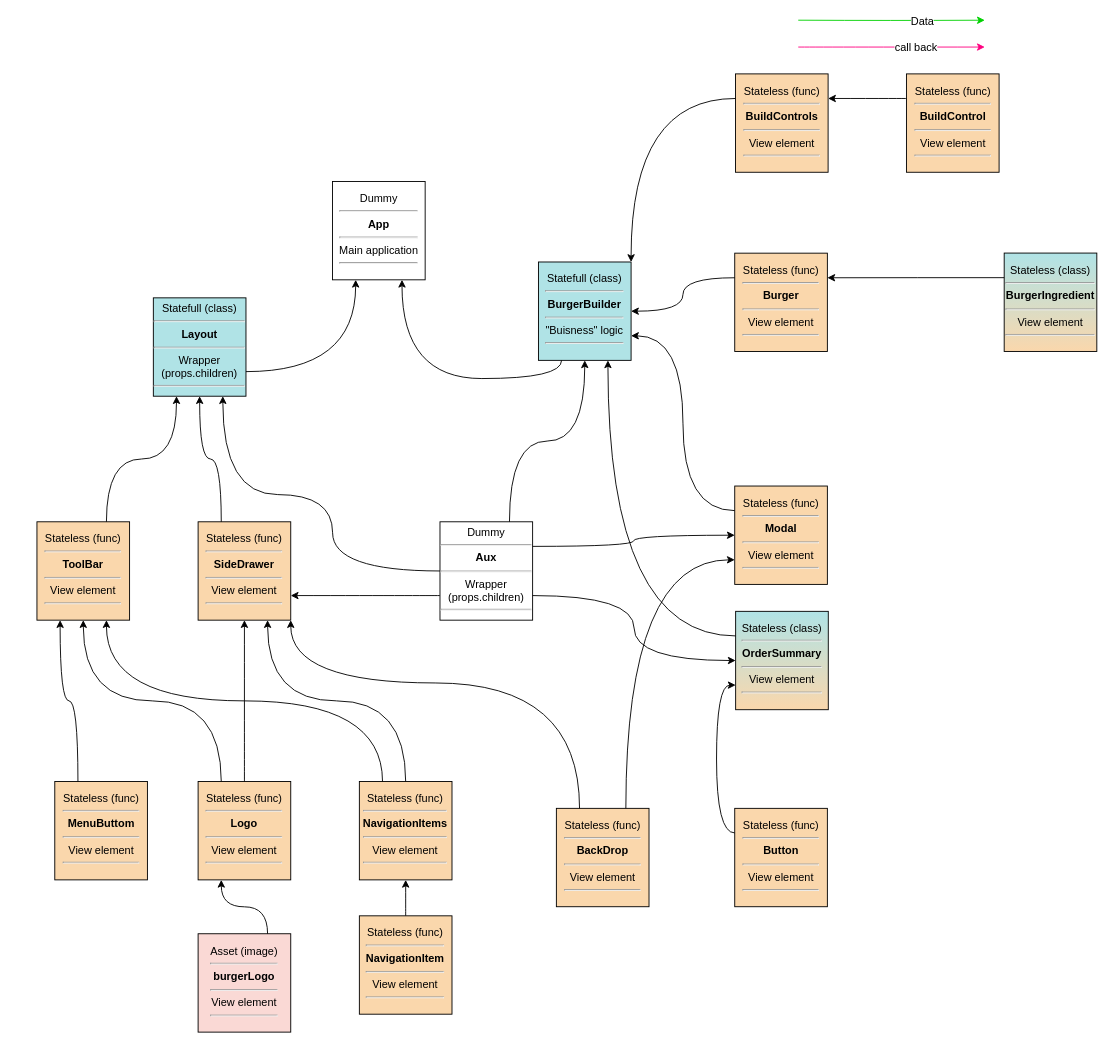
Before: page "Application stracture" (5 of 5) of burger-builder.drawio in Sergey190309/burger-builder, a draw.io diagram. Source tidied: cells renumbered, new cells numbered last; positions are measured from the earlier drawing's top-left corner, leaving out a move shared by most shapes. Both pictures are drawn from the tidied source at 91%, with x=0, y=0 at pixel (36, 20).
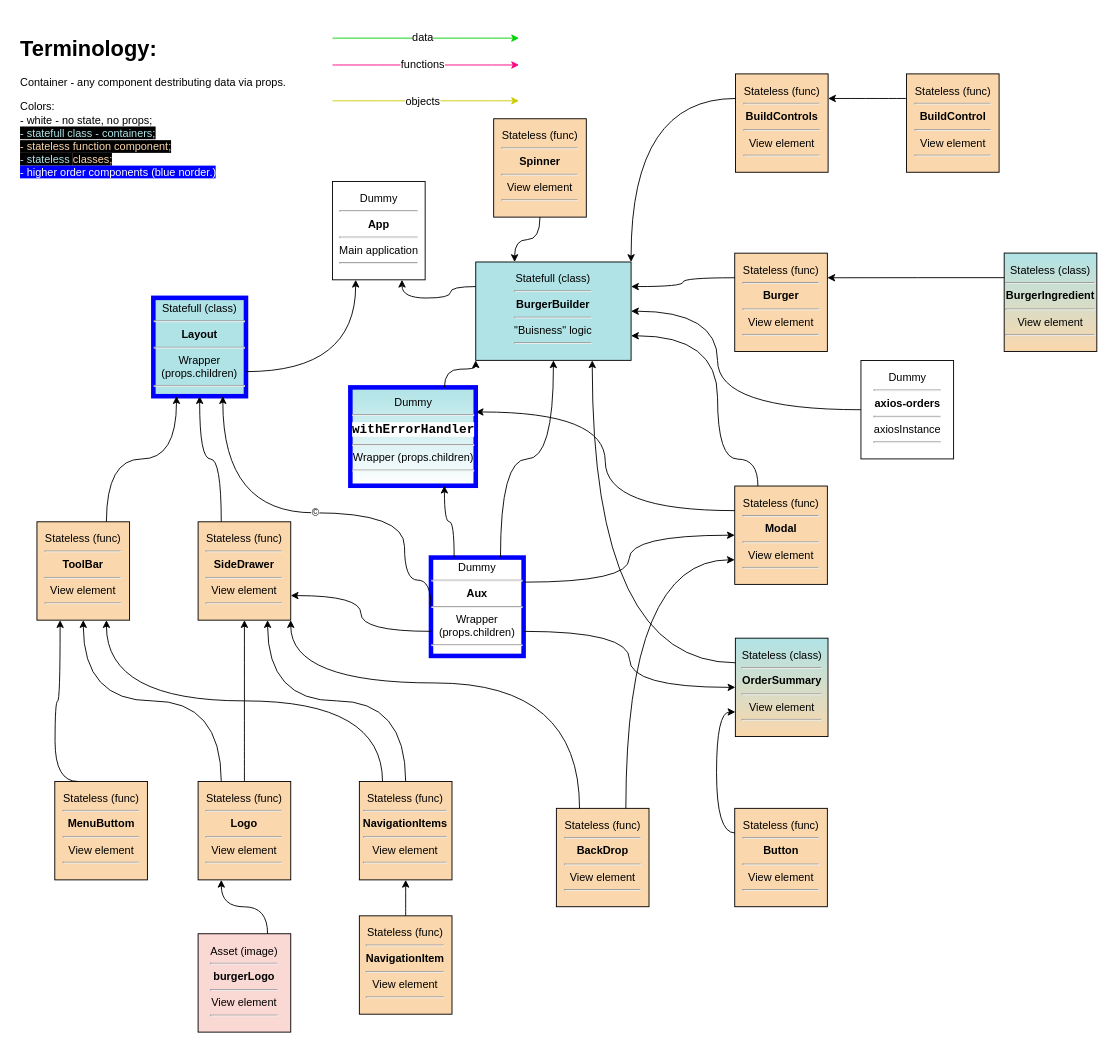
The same page after the edit.

Commit message (it also covers changes not shown here):
data exchange with firestore

The change refers to these unchanged cells:
```xml
<mxCell id="6" value="Dummy&lt;br&gt;&lt;hr&gt;&lt;b&gt;App&lt;/b&gt;&lt;br&gt;&lt;hr&gt;Main application&lt;br&gt;&lt;hr&gt;" style="rounded=0;whiteSpace=wrap;html=1;fillColor=none;strokeColor=#000000;arcSize=0;glass=0;comic=0;shadow=0;" parent="1" vertex="1">
  <mxGeometry x="324.9" y="176.9" width="101.8" height="108.1" as="geometry" />
</mxCell>
<mxCell id="8" value="Stateless (func)&lt;br&gt;&lt;hr&gt;&lt;b&gt;ToolBar&lt;/b&gt;&lt;br&gt;&lt;hr&gt;View element&lt;br&gt;&lt;hr&gt;" style="rounded=0;whiteSpace=wrap;html=1;fillColor=#fad7ac;strokeColor=#000000;arcSize=0;glass=0;comic=0;shadow=0;" parent="1" vertex="1">
  <mxGeometry x="0.1" y="550.9" width="101.8" height="108.1" as="geometry" />
</mxCell>
<mxCell id="15" value="Stateless (func)&lt;br&gt;&lt;hr&gt;&lt;b&gt;Burger&lt;/b&gt;&lt;br&gt;&lt;hr&gt;View element&lt;br&gt;&lt;hr&gt;" style="rounded=0;whiteSpace=wrap;html=1;fillColor=#fad7ac;strokeColor=#000000;arcSize=0;glass=0;comic=0;shadow=0;" parent="1" vertex="1">
  <mxGeometry x="766.9" y="255.7" width="101.8" height="108.1" as="geometry" />
</mxCell>
<mxCell id="17" value="Stateless (func)&lt;br&gt;&lt;hr&gt;&lt;b&gt;Modal&lt;/b&gt;&lt;br&gt;&lt;hr&gt;View element&lt;br&gt;&lt;hr&gt;" style="rounded=0;whiteSpace=wrap;html=1;fillColor=#fad7ac;strokeColor=#000000;arcSize=0;glass=0;comic=0;shadow=0;" parent="1" vertex="1">
  <mxGeometry x="766.9" y="511.6" width="101.8" height="108.1" as="geometry" />
</mxCell>
<mxCell id="26" value="Stateless (func)&lt;br&gt;&lt;hr&gt;&lt;b&gt;MenuButtom&lt;/b&gt;&lt;br&gt;&lt;hr&gt;View element&lt;br&gt;&lt;hr&gt;" style="rounded=0;whiteSpace=wrap;html=1;fillColor=#fad7ac;strokeColor=#000000;arcSize=0;glass=0;comic=0;shadow=0;" parent="1" vertex="1">
  <mxGeometry x="19.7" y="836.3" width="101.8" height="108.1" as="geometry" />
</mxCell>
```

Change to the diagram source:
```diff
@@
+    <mxCell id="55" parent="0" />
+    <mxCell id="56" value="&lt;h1&gt;Terminology:&lt;/h1&gt;&lt;p&gt;Container - any component destributing data via props.&lt;/p&gt;&lt;p&gt;Colors:&lt;br&gt;- white - no state, no props;&lt;br&gt;&lt;font color=&quot;#b0e3e6&quot; style=&quot;background-color: rgb(0 , 0 , 0)&quot;&gt;- statefull class - containers;&lt;/font&gt;&lt;br&gt;&lt;font color=&quot;#fad7ac&quot; style=&quot;background-color: rgb(0 , 0 , 0)&quot;&gt;- stateless function component;&lt;/font&gt;&lt;br&gt;&lt;font color=&quot;#b0e3e6&quot; style=&quot;background-color: rgb(0 , 0 , 0)&quot;&gt;- stateless&amp;nbsp;&lt;/font&gt;&lt;font color=&quot;#fad7ac&quot; style=&quot;background-color: rgb(0 , 0 , 0)&quot;&gt;classes;&lt;/font&gt;&lt;br&gt;&lt;font color=&quot;#ffffff&quot; style=&quot;background-color: rgb(0 , 0 , 255)&quot;&gt;- higher order components (blue norder.)&lt;/font&gt;&lt;/p&gt;" style="text;html=1;strokeColor=none;fillColor=none;spacing=5;spacingTop=-20;whiteSpace=wrap;overflow=hidden;rounded=0;" parent="55" vertex="1">
+      <mxGeometry x="-23.4" y="10.5" width="339.4" height="177.2" as="geometry" />
+    </mxCell>
+    <mxCell id="22" style="edgeStyle=orthogonalEdgeStyle;curved=1;rounded=0;orthogonalLoop=1;jettySize=auto;html=1;strokeColor=#00D100;" parent="55" edge="1">
+      <mxGeometry relative="1" as="geometry">
+        <mxPoint x="324.9" y="19.4" as="sourcePoint" />
+        <mxPoint x="529.9" y="19.4" as="targetPoint" />
+      </mxGeometry>
+    </mxCell>
+    <mxCell id="23" value="data" style="text;html=1;align=center;verticalAlign=middle;labelBackgroundColor=#ffffff;rotation=0;" parent="22" vertex="1">
+      <mxGeometry x="0.33" y="-1" relative="1" as="geometry">
+        <mxPoint x="-37.6" y="-2" as="offset" />
+      </mxGeometry>
+    </mxCell>
+    <mxCell id="24" style="edgeStyle=orthogonalEdgeStyle;curved=1;rounded=0;orthogonalLoop=1;jettySize=auto;html=1;strokeColor=#FF0080;" parent="55" edge="1">
+      <mxGeometry relative="1" as="geometry">
+        <mxPoint x="324.9" y="48.9" as="sourcePoint" />
+        <mxPoint x="529.9" y="48.9" as="targetPoint" />
+      </mxGeometry>
+    </mxCell>
+    <mxCell id="25" value="functions" style="text;html=1;align=center;verticalAlign=middle;labelBackgroundColor=#ffffff;rotation=0;" parent="24" vertex="1">
+      <mxGeometry x="0.26" relative="1" as="geometry">
+        <mxPoint x="-30.1" as="offset" />
+      </mxGeometry>
+    </mxCell>
+    <mxCell id="57" style="edgeStyle=orthogonalEdgeStyle;curved=1;rounded=0;orthogonalLoop=1;jettySize=auto;html=1;strokeColor=#CCCC00;" parent="55" edge="1">
+      <mxGeometry relative="1" as="geometry">
+        <mxPoint x="324.9" y="88.3" as="sourcePoint" />
+        <mxPoint x="529.9" y="88.3" as="targetPoint" />
+      </mxGeometry>
+    </mxCell>
+    <mxCell id="58" value="objects" style="text;html=1;align=center;verticalAlign=middle;labelBackgroundColor=#ffffff;" parent="57" vertex="1">
+      <mxGeometry x="0.26" relative="1" as="geometry">
+        <mxPoint x="-30.1" as="offset" />
+      </mxGeometry>
+    </mxCell>
@@
     <mxCell id="4" value="Statefull (class)&lt;br&gt;&lt;hr&gt;&lt;b&gt;BurgerBuilder&lt;/b&gt;&lt;br&gt;&lt;hr&gt;&quot;Buisness&quot; logic&lt;br&gt;&lt;hr&gt;" style="rounded=0;whiteSpace=wrap;html=1;fillColor=#b0e3e6;strokeColor=#000000;arcSize=0;glass=0;comic=0;shadow=0;" parent="1" vertex="1">
-      <mxGeometry x="551.2" y="265.4" width="101.8" height="108.1" as="geometry" />
+      <mxGeometry x="482.3" y="265.4" width="170.7" height="108.1" as="geometry" />
     </mxCell>
-    <mxCell id="5" value="Statefull (class)&lt;br&gt;&lt;hr&gt;&lt;b&gt;Layout&lt;/b&gt;&lt;br&gt;&lt;hr&gt;Wrapper (props.children)&lt;br&gt;&lt;hr&gt;" style="rounded=0;whiteSpace=wrap;html=1;fillColor=#b0e3e6;strokeColor=#000000;arcSize=0;glass=0;comic=0;shadow=0;" parent="1" vertex="1">
+    <mxCell id="5" value="Statefull (class)&lt;br&gt;&lt;hr&gt;&lt;b&gt;Layout&lt;/b&gt;&lt;br&gt;&lt;hr&gt;Wrapper (props.children)&lt;br&gt;&lt;hr&gt;" style="rounded=0;whiteSpace=wrap;html=1;fillColor=#b0e3e6;strokeColor=#0000FF;arcSize=0;glass=0;comic=0;shadow=0;strokeWidth=5;" parent="1" vertex="1">
       <mxGeometry x="128" y="304.8" width="101.8" height="108.1" as="geometry" />
     </mxCell>
@@
-    <mxCell id="7" value="Dummy&lt;br&gt;&lt;hr&gt;&lt;b&gt;Aux&lt;/b&gt;&lt;br&gt;&lt;hr&gt;Wrapper (props.children)&lt;br&gt;&lt;hr&gt;" style="rounded=0;whiteSpace=wrap;html=1;fillColor=none;strokeColor=#000000;arcSize=0;glass=0;comic=0;shadow=0;" parent="1" vertex="1">
-      <mxGeometry x="443" y="550.9" width="101.8" height="108.1" as="geometry" />
+    <mxCell id="7" value="Dummy&lt;br&gt;&lt;hr&gt;&lt;b&gt;Aux&lt;/b&gt;&lt;br&gt;&lt;hr&gt;Wrapper (props.children)&lt;br&gt;&lt;hr&gt;" style="rounded=0;whiteSpace=wrap;html=1;fillColor=none;strokeColor=#0000FF;arcSize=0;glass=0;comic=0;shadow=0;strokeWidth=5;" parent="1" vertex="1">
+      <mxGeometry x="433.1" y="590.2" width="101.8" height="108.1" as="geometry" />
     </mxCell>
@@
     <mxCell id="18" value="Stateless (class)&lt;br&gt;&lt;hr&gt;&lt;b&gt;OrderSummary&lt;/b&gt;&lt;br&gt;&lt;hr&gt;View element&lt;br&gt;&lt;hr&gt;" style="rounded=0;whiteSpace=wrap;html=1;fillColor=#fad7ac;strokeColor=#000000;arcSize=0;glass=0;comic=0;shadow=0;gradientColor=#B0E3E6;gradientDirection=north;" parent="1" vertex="1">
-      <mxGeometry x="767.9" y="649.3" width="101.8" height="108.1" as="geometry" />
+      <mxGeometry x="767.6" y="678.8" width="101.8" height="108.1" as="geometry" />
     </mxCell>
@@
-    <mxCell id="22" style="edgeStyle=orthogonalEdgeStyle;curved=1;rounded=0;orthogonalLoop=1;jettySize=auto;html=1;strokeColor=#00D100;" parent="1" edge="1">
-      <mxGeometry relative="1" as="geometry">
-        <mxPoint x="836.7" y="-0.3" as="sourcePoint" />
-        <mxPoint x="1041.7" y="-0.3" as="targetPoint" />
-      </mxGeometry>
-    </mxCell>
-    <mxCell id="23" value="Data" style="text;html=1;align=center;verticalAlign=middle;labelBackgroundColor=#ffffff;rotation=0;" parent="22" vertex="1">
-      <mxGeometry x="0.33" y="-1" relative="1" as="geometry" />
-    </mxCell>
-    <mxCell id="24" style="edgeStyle=orthogonalEdgeStyle;curved=1;rounded=0;orthogonalLoop=1;jettySize=auto;html=1;strokeColor=#FF0080;" parent="1" edge="1">
-      <mxGeometry relative="1" as="geometry">
-        <mxPoint x="836.7" y="29.2" as="sourcePoint" />
-        <mxPoint x="1041.7" y="29.2" as="targetPoint" />
-      </mxGeometry>
-    </mxCell>
-    <mxCell id="25" value="call back" style="text;html=1;align=center;verticalAlign=middle;labelBackgroundColor=#ffffff;" parent="24" vertex="1">
-      <mxGeometry x="0.26" relative="1" as="geometry" />
-    </mxCell>
@@
+    <mxCell id="59" value="Dummy&lt;br&gt;&lt;hr&gt;&lt;b&gt;axios-orders&lt;/b&gt;&lt;br&gt;&lt;hr&gt;axiosInstance&lt;br&gt;&lt;hr&gt;" style="rounded=0;whiteSpace=wrap;html=1;fillColor=none;strokeColor=#000000;arcSize=0;glass=0;comic=0;shadow=0;" parent="1" vertex="1">
+      <mxGeometry x="905.6" y="373.7" width="101.8" height="108.1" as="geometry" />
+    </mxCell>
+    <mxCell id="60" value="Dummy&lt;br&gt;&lt;hr&gt;&lt;div style=&quot;font-family: &amp;#34;consolas&amp;#34; , &amp;#34;courier new&amp;#34; , monospace ; font-size: 14px ; line-height: 19px ; white-space: pre&quot;&gt;&lt;span style=&quot;background-color: rgb(255 , 255 , 255)&quot;&gt;&lt;b&gt;withErrorHandler&lt;/b&gt;&lt;/span&gt;&lt;/div&gt;&lt;hr&gt;Wrapper (props.children)&lt;br&gt;&lt;hr&gt;" style="rounded=0;whiteSpace=wrap;html=1;fillColor=#ffffff;strokeColor=#0000FF;arcSize=0;glass=0;comic=0;shadow=0;strokeWidth=5;gradientColor=#B0E3E6;gradientDirection=north;" parent="1" vertex="1">
+      <mxGeometry x="344.5" y="403.2" width="137.8" height="108.1" as="geometry" />
+    </mxCell>
+    <mxCell id="61" value="Stateless (func)&lt;br&gt;&lt;hr&gt;&lt;b&gt;Spinner&lt;/b&gt;&lt;br&gt;&lt;hr&gt;View element&lt;br&gt;&lt;hr&gt;" style="rounded=0;whiteSpace=wrap;html=1;fillColor=#fad7ac;strokeColor=#000000;arcSize=0;glass=0;comic=0;shadow=0;" parent="1" vertex="1">
+      <mxGeometry x="502" y="108" width="101.8" height="108.1" as="geometry" />
+    </mxCell>
@@
-    <mxCell id="31" style="edgeStyle=orthogonalEdgeStyle;curved=1;rounded=0;jettySize=auto;html=1;exitX=0;exitY=0.5;exitDx=0;exitDy=0;entryX=0.75;entryY=1;entryDx=0;entryDy=0;" parent="27" edge="1" source="7" target="5">
+    <mxCell id="31" value="©" style="edgeStyle=orthogonalEdgeStyle;curved=1;rounded=0;jettySize=auto;html=1;exitX=0;exitY=0.5;exitDx=0;exitDy=0;entryX=0.75;entryY=1;entryDx=0;entryDy=0;" parent="27" edge="1" source="7" target="5">
       <mxGeometry relative="1" as="geometry">
         <Array as="points">
-          <mxPoint x="325" y="605" />
-          <mxPoint x="325" y="521" />
-          <mxPoint x="204" y="521" />
+          <mxPoint x="404" y="615" />
+          <mxPoint x="404" y="541" />
+          <mxPoint x="204" y="541" />
         </Array>
       </mxGeometry>
     </mxCell>
@@
-    <mxCell id="35" style="edgeStyle=orthogonalEdgeStyle;curved=1;rounded=0;jettySize=auto;html=1;exitX=0.25;exitY=1;exitDx=0;exitDy=0;entryX=0.75;entryY=1;entryDx=0;entryDy=0;" parent="27" edge="1" source="4" target="6">
+    <mxCell id="35" style="edgeStyle=orthogonalEdgeStyle;curved=1;rounded=0;jettySize=auto;html=1;exitX=0;exitY=0.25;exitDx=0;exitDy=0;entryX=0.75;entryY=1;entryDx=0;entryDy=0;" parent="27" edge="1" source="4" target="6">
       <mxGeometry relative="1" as="geometry" />
     </mxCell>
@@
-    <mxCell id="44" style="edgeStyle=orthogonalEdgeStyle;curved=1;rounded=0;jettySize=auto;html=1;exitX=0;exitY=0.25;exitDx=0;exitDy=0;entryX=1;entryY=0.5;entryDx=0;entryDy=0;" parent="27" edge="1" source="15" target="4">
+    <mxCell id="44" style="edgeStyle=orthogonalEdgeStyle;curved=1;rounded=0;jettySize=auto;html=1;exitX=0;exitY=0.25;exitDx=0;exitDy=0;entryX=1;entryY=0.25;entryDx=0;entryDy=0;" parent="27" edge="1" source="15" target="4">
       <mxGeometry relative="1" as="geometry" />
     </mxCell>
@@
-    <mxCell id="46" style="edgeStyle=orthogonalEdgeStyle;curved=1;rounded=0;jettySize=auto;html=1;exitX=0;exitY=0.25;exitDx=0;exitDy=0;entryX=1;entryY=0.75;entryDx=0;entryDy=0;" parent="27" edge="1" source="17" target="4">
-      <mxGeometry relative="1" as="geometry" />
+    <mxCell id="46" style="edgeStyle=orthogonalEdgeStyle;curved=1;rounded=0;jettySize=auto;html=1;exitX=0.25;exitY=0;exitDx=0;exitDy=0;entryX=1;entryY=0.75;entryDx=0;entryDy=0;" parent="27" edge="1" source="17" target="4">
+      <mxGeometry relative="1" as="geometry">
+        <Array as="points">
+          <mxPoint x="792" y="482" />
+          <mxPoint x="748" y="482" />
+          <mxPoint x="748" y="347" />
+        </Array>
+      </mxGeometry>
     </mxCell>
@@
     <mxCell id="54" style="edgeStyle=orthogonalEdgeStyle;curved=1;rounded=0;jettySize=auto;html=1;exitX=0.25;exitY=0;exitDx=0;exitDy=0;entryX=0.25;entryY=1;entryDx=0;entryDy=0;strokeColor=#000000;" parent="27" edge="1" source="26" target="8">
-      <mxGeometry relative="1" as="geometry" />
+      <mxGeometry relative="1" as="geometry">
+        <Array as="points">
+          <mxPoint x="20" y="836" />
+          <mxPoint x="20" y="748" />
+          <mxPoint x="26" y="748" />
+        </Array>
+      </mxGeometry>
     </mxCell>
+    <mxCell id="62" style="edgeStyle=orthogonalEdgeStyle;rounded=0;jettySize=auto;html=1;exitX=0;exitY=0.5;exitDx=0;exitDy=0;curved=1;entryX=1;entryY=0.5;entryDx=0;entryDy=0;" parent="27" edge="1" source="59" target="4">
+      <mxGeometry relative="1" as="geometry">
+        <Array as="points">
+          <mxPoint x="748" y="428" />
+          <mxPoint x="748" y="319" />
+        </Array>
+      </mxGeometry>
+    </mxCell>
+    <mxCell id="63" style="edgeStyle=orthogonalEdgeStyle;rounded=0;jettySize=auto;html=1;exitX=0;exitY=0.25;exitDx=0;exitDy=0;curved=1;entryX=1;entryY=0.25;entryDx=0;entryDy=0;" parent="27" edge="1" source="17" target="60">
+      <mxGeometry relative="1" as="geometry" />
+    </mxCell>
+    <mxCell id="64" style="edgeStyle=orthogonalEdgeStyle;curved=1;rounded=0;jettySize=auto;html=1;exitX=0.25;exitY=0;exitDx=0;exitDy=0;entryX=0.75;entryY=1;entryDx=0;entryDy=0;" parent="27" edge="1" source="7" target="60">
+      <mxGeometry relative="1" as="geometry" />
+    </mxCell>
+    <mxCell id="65" style="edgeStyle=orthogonalEdgeStyle;curved=1;rounded=0;jettySize=auto;html=1;exitX=0.75;exitY=0;exitDx=0;exitDy=0;entryX=0;entryY=1;entryDx=0;entryDy=0;" parent="27" edge="1" source="60" target="4">
+      <mxGeometry relative="1" as="geometry" />
+    </mxCell>
+    <mxCell id="66" style="edgeStyle=orthogonalEdgeStyle;curved=1;rounded=0;jettySize=auto;html=1;exitX=0.5;exitY=1;exitDx=0;exitDy=0;entryX=0.25;entryY=0;entryDx=0;entryDy=0;strokeColor=#000000;" parent="27" edge="1" source="61" target="4">
+      <mxGeometry relative="1" as="geometry" />
+    </mxCell>
```
